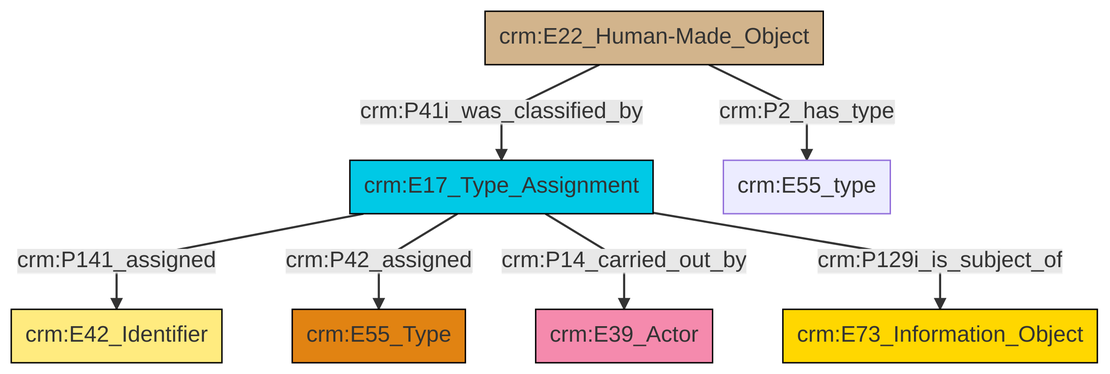
This is et/builtWorkCSV/ttl/mmd/png/Built_Work_designation_status.png from swiss-art-research-net/docs.swissartresearch, a Mermaid export, as it was before one commit. Its source is kept beside it as et/builtWorkCSV/ttl/mmd/Built_Work_designation_status.ttl.mmd. The source it was exported from:
```mermaid
graph TD
classDef Literal fill:#f2f2f2,stroke:#000000;
classDef CRM_Entity fill:#FFFFFF,stroke:#000000;
classDef Temporal_Entity fill:#00C9E6, stroke:#000000;
classDef Type fill:#E18312, stroke:#000000;
classDef Time-Span fill:#2C9C91, stroke:#000000;
classDef Appellation fill:#FFEB7F, stroke:#000000;
classDef Place fill:#008836, stroke:#000000;
classDef Persistent_Item fill:#B266B2, stroke:#000000;
classDef Conceptual_Object fill:#FFD700, stroke:#000000;
classDef Physical_Thing fill:#D2B48C, stroke:#000000;
classDef Actor fill:#f58aad, stroke:#000000;
classDef PC_Classes fill:#4ce600, stroke:#000000;
classDef Multi fill:#cccccc,stroke:#000000;

2["crm:E17_Type_Assignment"]:::Temporal_Entity -->|crm:P141_assigned| 3["crm:E42_Identifier"]:::Appellation
2["crm:E17_Type_Assignment"]:::Temporal_Entity -->|crm:P42_assigned| 4["crm:E55_Type"]:::Type
7["crm:E22_Human-Made_Object"]:::Physical_Thing -->|crm:P2_has_type| 11["crm:E55_type"]:::Default
2["crm:E17_Type_Assignment"]:::Temporal_Entity -->|crm:P14_carried_out_by| 9["crm:E39_Actor"]:::Actor
7["crm:E22_Human-Made_Object"]:::Physical_Thing -->|crm:P41i_was_classified_by| 2["crm:E17_Type_Assignment"]:::Temporal_Entity
2["crm:E17_Type_Assignment"]:::Temporal_Entity -->|crm:P129i_is_subject_of| 0["crm:E73_Information_Object"]:::Conceptual_Object
```
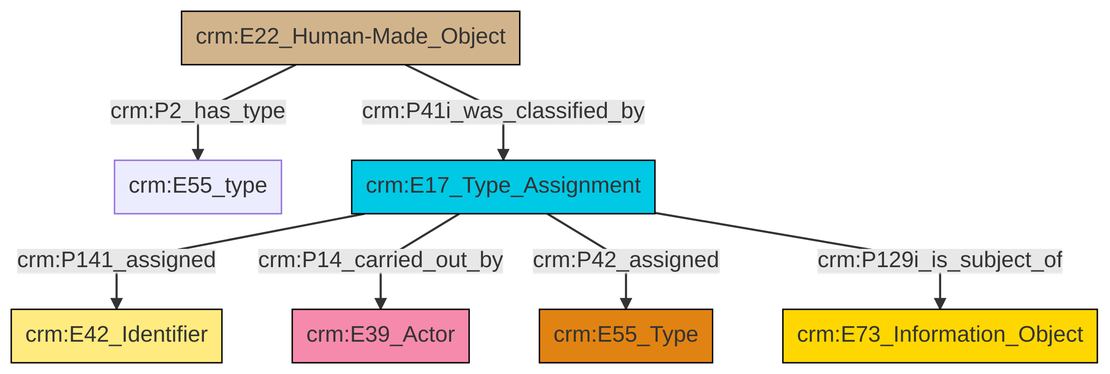
After the change.

What changed in the source:
```diff
@@ -14,8 +14,8 @@
 classDef Multi fill:#cccccc,stroke:#000000;
 
 2["crm:E17_Type_Assignment"]:::Temporal_Entity -->|crm:P141_assigned| 3["crm:E42_Identifier"]:::Appellation
-2["crm:E17_Type_Assignment"]:::Temporal_Entity -->|crm:P42_assigned| 4["crm:E55_Type"]:::Type
-7["crm:E22_Human-Made_Object"]:::Physical_Thing -->|crm:P2_has_type| 11["crm:E55_type"]:::Default
-2["crm:E17_Type_Assignment"]:::Temporal_Entity -->|crm:P14_carried_out_by| 9["crm:E39_Actor"]:::Actor
-7["crm:E22_Human-Made_Object"]:::Physical_Thing -->|crm:P41i_was_classified_by| 2["crm:E17_Type_Assignment"]:::Temporal_Entity
-2["crm:E17_Type_Assignment"]:::Temporal_Entity -->|crm:P129i_is_subject_of| 0["crm:E73_Information_Object"]:::Conceptual_Object
+4["crm:E22_Human-Made_Object"]:::Physical_Thing -->|crm:P2_has_type| 0["crm:E55_type"]:::Default
+4["crm:E22_Human-Made_Object"]:::Physical_Thing -->|crm:P41i_was_classified_by| 2["crm:E17_Type_Assignment"]:::Temporal_Entity
+2["crm:E17_Type_Assignment"]:::Temporal_Entity -->|crm:P14_carried_out_by| 7["crm:E39_Actor"]:::Actor
+2["crm:E17_Type_Assignment"]:::Temporal_Entity -->|crm:P42_assigned| 9["crm:E55_Type"]:::Type
+2["crm:E17_Type_Assignment"]:::Temporal_Entity -->|crm:P129i_is_subject_of| 13["crm:E73_Information_Object"]:::Conceptual_Object
```
